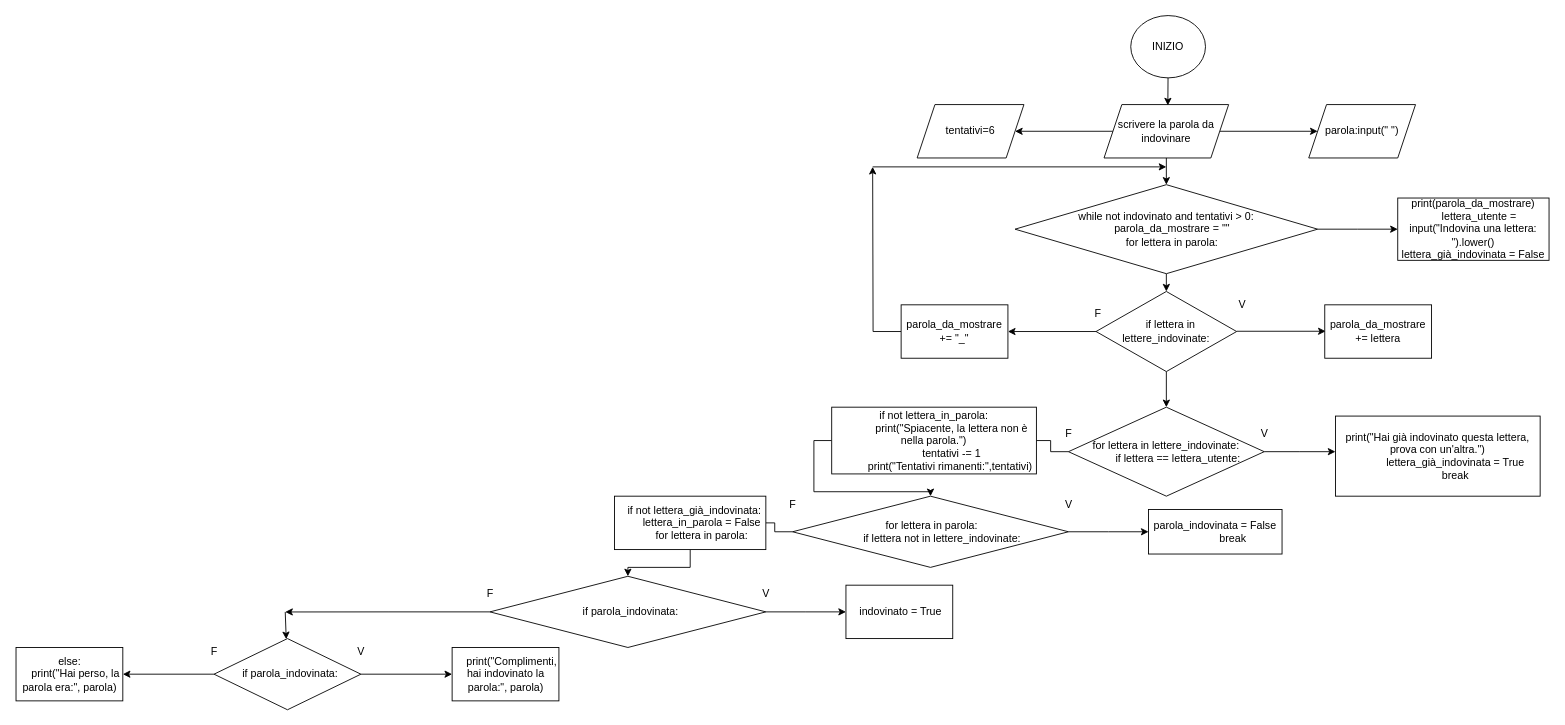
Before: flowchar/Diagramma senza titolo (2).drawio in AndreaGonzalez1/corso_base_programmazione, a draw.io diagram. Source tidied: cells renumbered, new cells numbered last; positions are measured from the earlier drawing's top-left corner, leaving out a move shared by most shapes. Both pictures are drawn from the tidied source at 89%, with x=0, y=0 at pixel (16, 15).
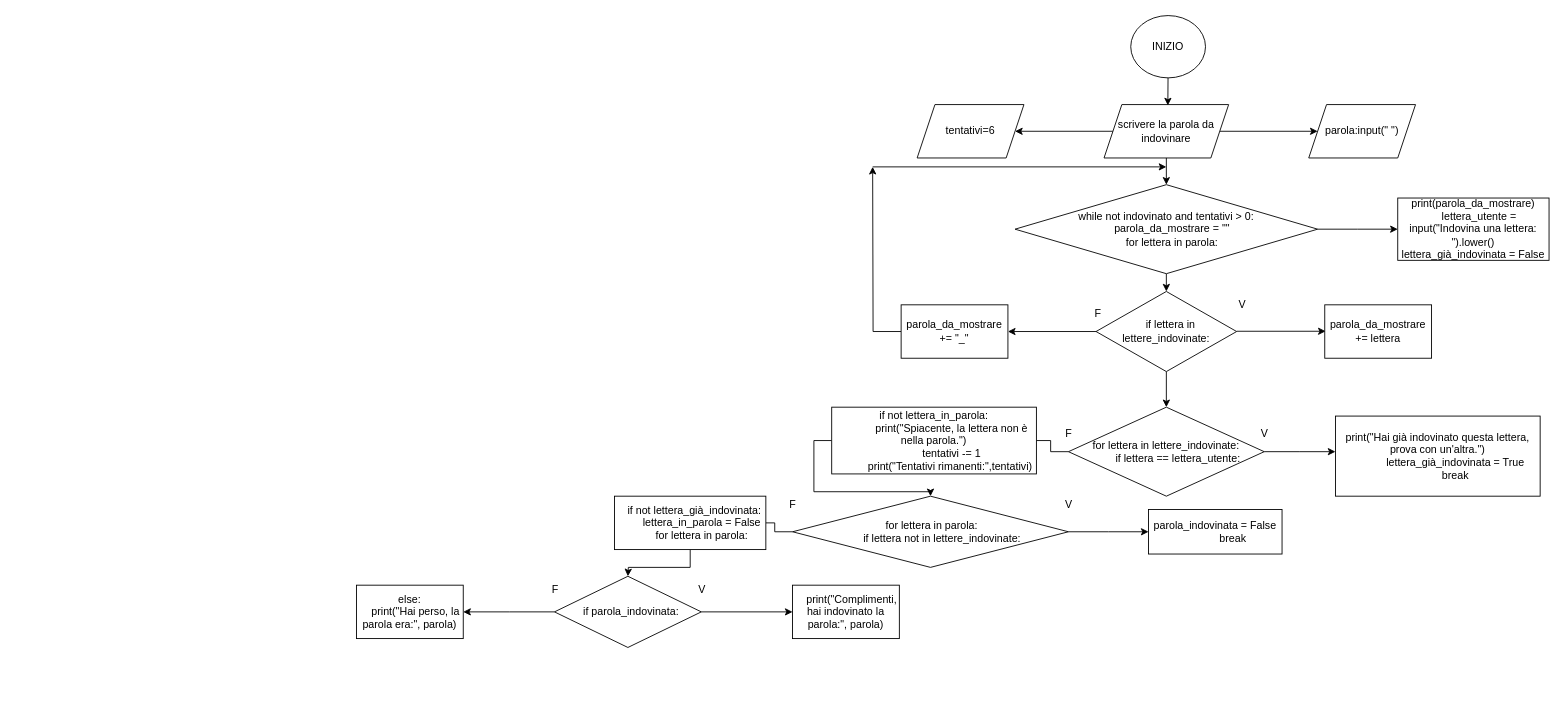
The same diagram, later.

The change refers to these unchanged cells:
```xml
<mxCell id="51" value="&lt;div&gt;&amp;nbsp; &amp;nbsp;if not lettera_già_indovinata:&lt;/div&gt;&lt;div&gt;&amp;nbsp; &amp;nbsp; &amp;nbsp; &amp;nbsp; lettera_in_parola = False&lt;/div&gt;&lt;div&gt;&amp;nbsp; &amp;nbsp; &amp;nbsp; &amp;nbsp; for lettera in parola:&lt;/div&gt;" style="rounded=0;whiteSpace=wrap;html=1;" parent="1" vertex="1">
  <mxGeometry x="672" y="540" width="170" height="60" as="geometry" />
</mxCell>
```

Change to the diagram source:
```diff
@@
-    <mxCell id="31" style="edgeStyle=orthogonalEdgeStyle;rounded=0;jettySize=auto;html=1;startArrow=none;" parent="1" edge="1" source="51" target="38">
-      <mxGeometry relative="1" as="geometry" />
+    <mxCell id="31" style="edgeStyle=orthogonalEdgeStyle;rounded=0;jettySize=auto;html=1;startArrow=none;" parent="1" edge="1" source="51">
+      <mxGeometry relative="1" as="geometry">
+        <mxPoint x="687" y="630" as="targetPoint" />
+      </mxGeometry>
     </mxCell>
@@
-    <mxCell id="36" style="edgeStyle=orthogonalEdgeStyle;rounded=0;jettySize=auto;html=1;" parent="1" edge="1" source="38">
-      <mxGeometry relative="1" as="geometry">
-        <mxPoint x="932" y="670" as="targetPoint" />
-      </mxGeometry>
-    </mxCell>
-    <mxCell id="37" style="edgeStyle=orthogonalEdgeStyle;rounded=0;jettySize=auto;html=1;exitX=0;exitY=0.5;exitDx=0;exitDy=0;" parent="1" edge="1" source="38">
-      <mxGeometry relative="1" as="geometry">
-        <mxPoint x="302" y="670.1" as="targetPoint" />
-      </mxGeometry>
-    </mxCell>
-    <mxCell id="38" value="&amp;nbsp; if parola_indovinata:" style="rhombus;whiteSpace=wrap;html=1;" parent="1" vertex="1">
-      <mxGeometry x="532" y="630" width="310" height="80" as="geometry" />
-    </mxCell>
-    <mxCell id="39" value="V" style="text;html=1;align=center;verticalAlign=middle;strokeColor=none;fillColor=none;" parent="1" vertex="1">
-      <mxGeometry x="827" y="635" width="30" height="30" as="geometry" />
-    </mxCell>
-    <mxCell id="40" value="F" style="text;html=1;align=center;verticalAlign=middle;strokeColor=none;fillColor=none;" parent="1" vertex="1">
-      <mxGeometry x="517" y="635" width="30" height="30" as="geometry" />
-    </mxCell>
-    <mxCell id="41" value="&amp;nbsp;indovinato = True" style="whiteSpace=wrap;html=1;" parent="1" vertex="1">
-      <mxGeometry x="932" y="640" width="120" height="60" as="geometry" />
-    </mxCell>
@@
-    <mxCell id="43" style="edgeStyle=orthogonalEdgeStyle;rounded=0;jettySize=auto;html=1;" parent="1" edge="1" source="44" target="49">
-      <mxGeometry relative="1" as="geometry" />
+    <mxCell id="43" style="edgeStyle=orthogonalEdgeStyle;rounded=0;jettySize=auto;html=1;" parent="1" edge="1" source="44">
+      <mxGeometry relative="1" as="geometry">
+        <mxPoint x="502" y="670" as="targetPoint" />
+      </mxGeometry>
     </mxCell>
     <mxCell id="44" value="&amp;nbsp; if parola_indovinata:" style="rhombus;whiteSpace=wrap;html=1;" parent="1" vertex="1">
-      <mxGeometry x="222" y="700" width="165" height="80" as="geometry" />
+      <mxGeometry x="604.5" y="630" width="165" height="80" as="geometry" />
     </mxCell>
-    <mxCell id="45" style="endArrow=classic;html=1;rounded=0;" parent="1" edge="1" target="44">
-      <mxGeometry relative="1" as="geometry">
-        <mxPoint x="302" y="670" as="sourcePoint" />
-      </mxGeometry>
-    </mxCell>
     <mxCell id="46" value="V" style="text;html=1;align=center;verticalAlign=middle;strokeColor=none;fillColor=none;" parent="1" vertex="1">
-      <mxGeometry x="372" y="700" width="30" height="30" as="geometry" />
+      <mxGeometry x="754.5" y="630" width="30" height="30" as="geometry" />
     </mxCell>
     <mxCell id="47" value="F" style="text;html=1;align=center;verticalAlign=middle;strokeColor=none;fillColor=none;" parent="1" vertex="1">
-      <mxGeometry x="207" y="700" width="30" height="30" as="geometry" />
+      <mxGeometry x="589.5" y="630" width="30" height="30" as="geometry" />
     </mxCell>
     <mxCell id="48" value="&amp;nbsp; &amp;nbsp; print(&quot;Complimenti, hai indovinato la parola:&quot;, parola)" style="whiteSpace=wrap;html=1;" parent="1" vertex="1">
-      <mxGeometry x="489.5" y="710" width="120" height="60" as="geometry" />
+      <mxGeometry x="872" y="640" width="120" height="60" as="geometry" />
     </mxCell>
     <mxCell id="49" value="&lt;div&gt;else:&lt;/div&gt;&lt;div&gt;&amp;nbsp; &amp;nbsp; print(&quot;Hai perso, la parola era:&quot;, parola)&lt;/div&gt;" style="whiteSpace=wrap;html=1;" parent="1" vertex="1">
-      <mxGeometry x="-0.5" y="710" width="120" height="60" as="geometry" />
+      <mxGeometry x="382" y="640" width="120" height="60" as="geometry" />
     </mxCell>
```
